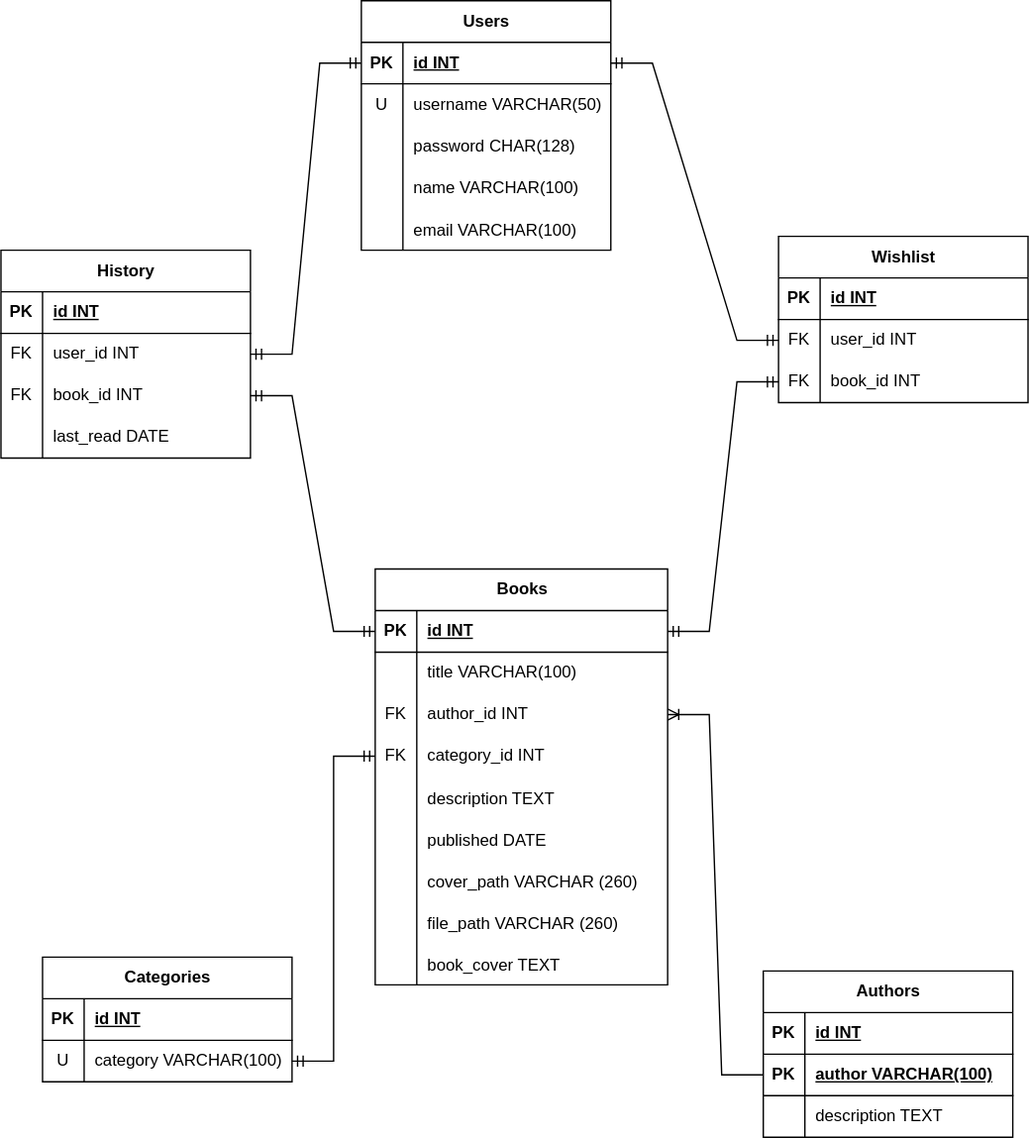
3V2T/WebApp keeps this draw.io diagram as ERD.svg. Above is the earlier version. Source tidied: cells renumbered, new cells last; positions are measured from the earlier drawing's top-left corner, leaving out a move shared by most shapes.
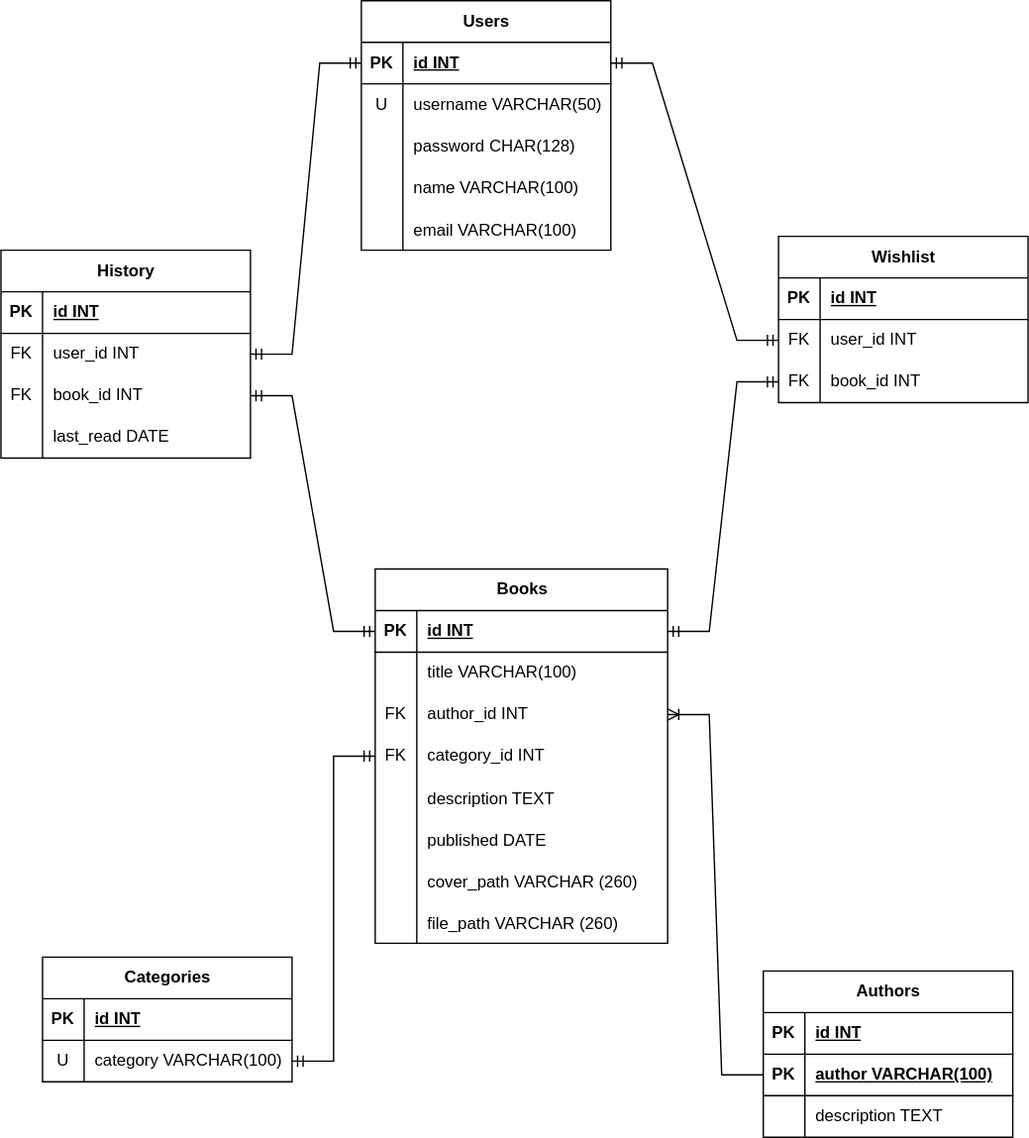
After the change.

Diff of the diagram source:
```diff
@@ -54,7 +54,7 @@
       <mxGeometry x="30" width="150" height="30" as="geometry" />
     </mxCell>
     <mxCell id="19" value="Books" style="shape=table;startSize=30;rowLines=0;fontStyle=1;align=center;html=1;" parent="1" vertex="1">
-      <mxGeometry x="270" y="490" width="211" height="300" as="geometry" />
+      <mxGeometry x="270" y="490" width="211" height="270" as="geometry" />
     </mxCell>
     <mxCell id="20" style="shape=tableRow;horizontal=0;startSize=0;swimlaneHead=0;swimlaneBody=0;fillColor=none;points=[[0,0.5],[1,0.5]];portConstraint=eastwest;top=0;left=0;right=0;bottom=1;" parent="19" vertex="1">
       <mxGeometry y="30" width="211" height="30" as="geometry" />
@@ -128,15 +128,6 @@
     <mxCell id="43" value="file_path VARCHAR (260)" style="shape=partialRectangle;fillColor=none;top=0;left=0;bottom=0;right=0;align=left;spacingLeft=6;overflow=hidden;" parent="41" vertex="1">
       <mxGeometry x="30" width="181" height="30" as="geometry" />
     </mxCell>
-    <mxCell id="44" style="shape=tableRow;horizontal=0;startSize=0;swimlaneHead=0;swimlaneBody=0;fillColor=none;top=0;left=0;right=0;bottom=0;" parent="19" vertex="1">
-      <mxGeometry y="270" width="211" height="30" as="geometry" />
-    </mxCell>
-    <mxCell id="45" style="shape=partialRectangle;fillColor=none;top=0;left=0;bottom=0;right=0;overflow=hidden;" parent="44" vertex="1">
-      <mxGeometry width="30" height="30" as="geometry" />
-    </mxCell>
-    <mxCell id="46" value="book_cover TEXT" style="shape=partialRectangle;fillColor=none;top=0;left=0;bottom=0;right=0;align=left;spacingLeft=6;overflow=hidden;" parent="44" vertex="1">
-      <mxGeometry x="30" width="181" height="30" as="geometry" />
-    </mxCell>
     <mxCell id="47" value="History" style="shape=table;startSize=30;rowLines=0;fontStyle=1;align=center;html=1;" parent="1" vertex="1">
       <mxGeometry y="260" width="180" height="150" as="geometry" />
     </mxCell>
```
